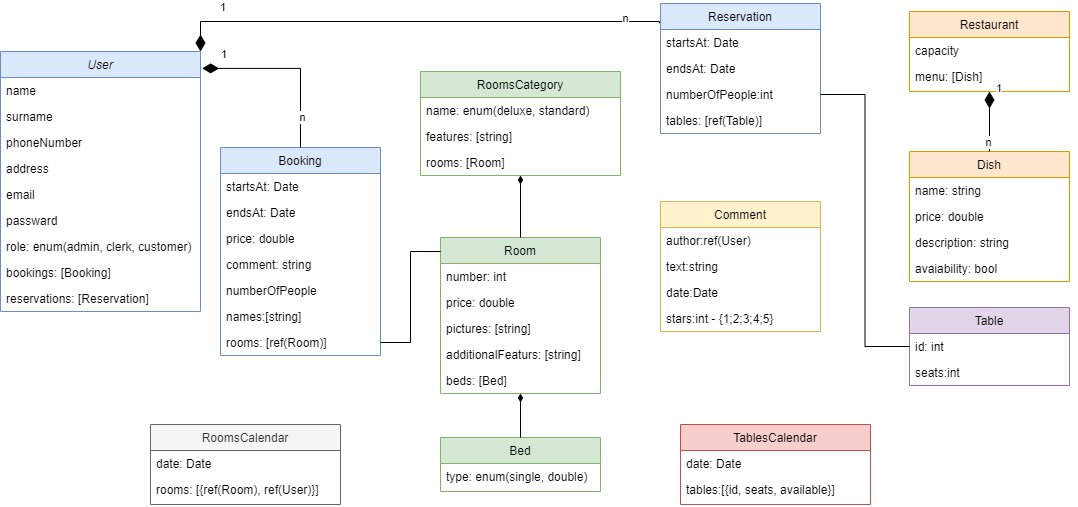
This is group-project-hotel.drawio.png from Jeremiaszmacura/group-project-hotel-backend, a draw.io export, as it was before one commit. Source tidied: cells renumbered, new cells last; positions are measured from the earlier drawing's top-left corner, leaving out a move shared by most shapes.
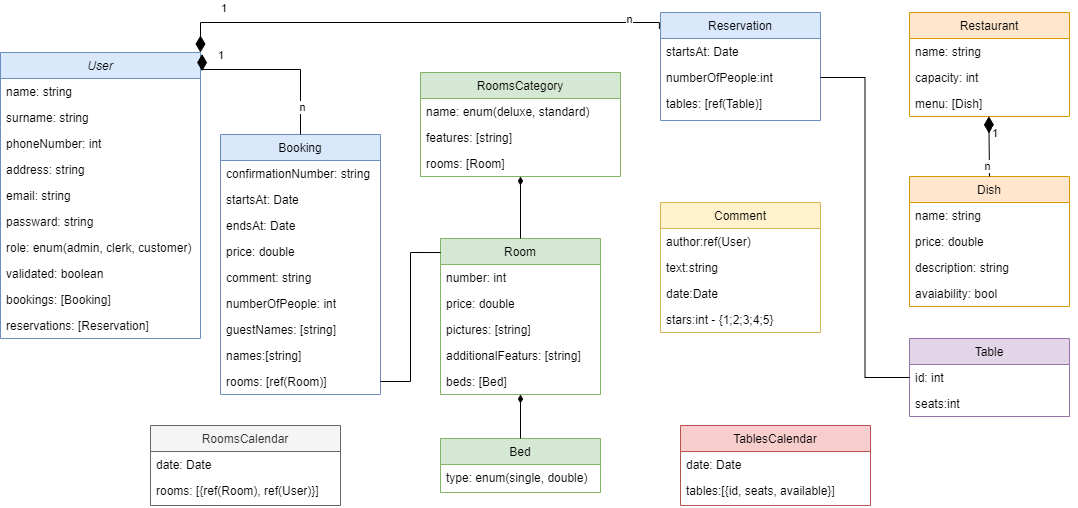
Above is the later version.

Diff of the diagram source:
```diff
@@ -3,43 +3,49 @@
     <mxCell id="0" />
     <mxCell id="1" parent="0" />
     <mxCell id="2" value="User" style="swimlane;fontStyle=2;align=center;verticalAlign=top;horizontal=1;startSize=26;rounded=0;shadow=0;strokeWidth=1;fillColor=#dae8fc;strokeColor=#6c8ebf;" parent="1" vertex="1">
-      <mxGeometry y="48" width="200" height="260" as="geometry" />
+      <mxGeometry y="48" width="200" height="286" as="geometry" />
     </mxCell>
-    <mxCell id="3" value="name" style="text;align=left;verticalAlign=top;spacingLeft=4;spacingRight=4;overflow=hidden;" parent="2" vertex="1">
+    <mxCell id="3" value="name: string" style="text;align=left;verticalAlign=top;spacingLeft=4;spacingRight=4;overflow=hidden;" parent="2" vertex="1">
       <mxGeometry y="26" width="200" height="26" as="geometry" />
     </mxCell>
-    <mxCell id="4" value="surname" style="text;align=left;verticalAlign=top;spacingLeft=4;spacingRight=4;overflow=hidden;" parent="2" vertex="1">
+    <mxCell id="4" value="surname: string" style="text;align=left;verticalAlign=top;spacingLeft=4;spacingRight=4;overflow=hidden;" parent="2" vertex="1">
       <mxGeometry y="52" width="200" height="26" as="geometry" />
     </mxCell>
-    <mxCell id="5" value="phoneNumber" style="text;align=left;verticalAlign=top;spacingLeft=4;spacingRight=4;overflow=hidden;rounded=0;shadow=0;html=0;" parent="2" vertex="1">
+    <mxCell id="5" value="phoneNumber: int" style="text;align=left;verticalAlign=top;spacingLeft=4;spacingRight=4;overflow=hidden;rounded=0;shadow=0;html=0;" parent="2" vertex="1">
       <mxGeometry y="78" width="200" height="26" as="geometry" />
     </mxCell>
-    <mxCell id="6" value="address" style="text;align=left;verticalAlign=top;spacingLeft=4;spacingRight=4;overflow=hidden;rounded=0;shadow=0;html=0;" parent="2" vertex="1">
+    <mxCell id="6" value="address: string" style="text;align=left;verticalAlign=top;spacingLeft=4;spacingRight=4;overflow=hidden;rounded=0;shadow=0;html=0;" parent="2" vertex="1">
       <mxGeometry y="104" width="200" height="26" as="geometry" />
     </mxCell>
-    <mxCell id="7" value="email" style="text;align=left;verticalAlign=top;spacingLeft=4;spacingRight=4;overflow=hidden;rounded=0;shadow=0;html=0;" parent="2" vertex="1">
+    <mxCell id="7" value="email: string" style="text;align=left;verticalAlign=top;spacingLeft=4;spacingRight=4;overflow=hidden;rounded=0;shadow=0;html=0;" parent="2" vertex="1">
       <mxGeometry y="130" width="200" height="26" as="geometry" />
     </mxCell>
-    <mxCell id="8" value="passward" style="text;align=left;verticalAlign=top;spacingLeft=4;spacingRight=4;overflow=hidden;rounded=0;shadow=0;html=0;" parent="2" vertex="1">
+    <mxCell id="8" value="passward: string" style="text;align=left;verticalAlign=top;spacingLeft=4;spacingRight=4;overflow=hidden;rounded=0;shadow=0;html=0;" parent="2" vertex="1">
       <mxGeometry y="156" width="200" height="26" as="geometry" />
     </mxCell>
     <mxCell id="9" value="role: enum(admin, clerk, customer)" style="text;align=left;verticalAlign=top;spacingLeft=4;spacingRight=4;overflow=hidden;rounded=0;shadow=0;html=0;" parent="2" vertex="1">
       <mxGeometry y="182" width="200" height="26" as="geometry" />
     </mxCell>
+    <mxCell id="71" value="validated: boolean" style="text;align=left;verticalAlign=top;spacingLeft=4;spacingRight=4;overflow=hidden;rounded=0;shadow=0;html=0;" parent="2" vertex="1">
+      <mxGeometry y="208" width="200" height="26" as="geometry" />
+    </mxCell>
     <mxCell id="10" value="bookings: [Booking]" style="text;align=left;verticalAlign=top;spacingLeft=4;spacingRight=4;overflow=hidden;rounded=0;shadow=0;html=0;" parent="2" vertex="1">
-      <mxGeometry y="208" width="200" height="26" as="geometry" />
+      <mxGeometry y="234" width="200" height="26" as="geometry" />
     </mxCell>
     <mxCell id="11" value="reservations: [Reservation]" style="text;align=left;verticalAlign=top;spacingLeft=4;spacingRight=4;overflow=hidden;rounded=0;shadow=0;html=0;" parent="2" vertex="1">
-      <mxGeometry y="234" width="200" height="26" as="geometry" />
+      <mxGeometry y="260" width="200" height="26" as="geometry" />
     </mxCell>
     <mxCell id="12" value="Restaurant" style="swimlane;fontStyle=0;align=center;verticalAlign=top;horizontal=1;startSize=26;rounded=0;shadow=0;strokeWidth=1;fillColor=#ffe6cc;strokeColor=#d79b00;" parent="1" vertex="1">
-      <mxGeometry x="909" y="8" width="160" height="80" as="geometry" />
+      <mxGeometry x="909" y="8" width="160" height="104" as="geometry" />
     </mxCell>
+    <mxCell id="72" value="name: string" style="text;align=left;verticalAlign=top;spacingLeft=4;spacingRight=4;overflow=hidden;" parent="12" vertex="1">
+      <mxGeometry y="26" width="160" height="26" as="geometry" />
+    </mxCell>
-    <mxCell id="13" value="capacity" style="text;align=left;verticalAlign=top;spacingLeft=4;spacingRight=4;overflow=hidden;" parent="12" vertex="1">
-      <mxGeometry y="26" width="160" height="26" as="geometry" />
+    <mxCell id="13" value="capacity: int" style="text;align=left;verticalAlign=top;spacingLeft=4;spacingRight=4;overflow=hidden;" parent="12" vertex="1">
+      <mxGeometry y="52" width="160" height="26" as="geometry" />
     </mxCell>
     <mxCell id="14" value="menu: [Dish]" style="text;align=left;verticalAlign=top;spacingLeft=4;spacingRight=4;overflow=hidden;points=[[0,0.5],[1,0.5]];portConstraint=eastwest;" parent="12" vertex="1">
-      <mxGeometry y="52" width="160" height="26" as="geometry" />
+      <mxGeometry y="78" width="160" height="26" as="geometry" />
     </mxCell>
     <mxCell id="15" value="Comment" style="swimlane;fontStyle=0;align=center;verticalAlign=top;horizontal=1;startSize=26;rounded=0;shadow=0;strokeWidth=1;fillColor=#fff2cc;strokeColor=#d6b656;" parent="1" vertex="1">
       <mxGeometry x="660" y="198" width="160" height="130" as="geometry" />
@@ -60,7 +66,7 @@
       <mxGeometry relative="1" as="geometry" />
     </mxCell>
     <mxCell id="21" value="Dish" style="swimlane;fontStyle=0;align=center;verticalAlign=top;horizontal=1;startSize=26;rounded=0;shadow=0;strokeWidth=1;fillColor=#ffe6cc;strokeColor=#d79b00;" parent="1" vertex="1">
-      <mxGeometry x="909" y="148" width="160" height="130" as="geometry" />
+      <mxGeometry x="909" y="172" width="160" height="130" as="geometry" />
     </mxCell>
     <mxCell id="22" value="name: string" style="text;align=left;verticalAlign=top;spacingLeft=4;spacingRight=4;overflow=hidden;" parent="21" vertex="1">
       <mxGeometry y="26" width="160" height="26" as="geometry" />
@@ -102,28 +108,34 @@
       <mxGeometry y="26" width="160" height="26" as="geometry" />
     </mxCell>
     <mxCell id="35" value="Booking" style="swimlane;fontStyle=0;align=center;verticalAlign=top;horizontal=1;startSize=26;rounded=0;shadow=0;strokeWidth=1;fillColor=#dae8fc;strokeColor=#6c8ebf;" parent="1" vertex="1">
-      <mxGeometry x="220" y="144" width="160" height="208" as="geometry" />
+      <mxGeometry x="220" y="130" width="160" height="260" as="geometry" />
     </mxCell>
+    <mxCell id="73" value="confirmationNumber: string" style="text;align=left;verticalAlign=top;spacingLeft=4;spacingRight=4;overflow=hidden;" parent="35" vertex="1">
+      <mxGeometry y="26" width="160" height="26" as="geometry" />
+    </mxCell>
     <mxCell id="36" value="startsAt: Date" style="text;align=left;verticalAlign=top;spacingLeft=4;spacingRight=4;overflow=hidden;" parent="35" vertex="1">
-      <mxGeometry y="26" width="160" height="26" as="geometry" />
+      <mxGeometry y="52" width="160" height="26" as="geometry" />
     </mxCell>
     <mxCell id="37" value="endsAt: Date" style="text;align=left;verticalAlign=top;spacingLeft=4;spacingRight=4;overflow=hidden;" parent="35" vertex="1">
-      <mxGeometry y="52" width="160" height="26" as="geometry" />
+      <mxGeometry y="78" width="160" height="26" as="geometry" />
     </mxCell>
     <mxCell id="38" value="price: double" style="text;align=left;verticalAlign=top;spacingLeft=4;spacingRight=4;overflow=hidden;" parent="35" vertex="1">
-      <mxGeometry y="78" width="160" height="26" as="geometry" />
+      <mxGeometry y="104" width="160" height="26" as="geometry" />
     </mxCell>
     <mxCell id="39" value="comment: string" style="text;align=left;verticalAlign=top;spacingLeft=4;spacingRight=4;overflow=hidden;" parent="35" vertex="1">
-      <mxGeometry y="104" width="160" height="26" as="geometry" />
+      <mxGeometry y="130" width="160" height="26" as="geometry" />
     </mxCell>
-    <mxCell id="40" value="numberOfPeople" style="text;align=left;verticalAlign=top;spacingLeft=4;spacingRight=4;overflow=hidden;" parent="35" vertex="1">
-      <mxGeometry y="130" width="160" height="26" as="geometry" />
+    <mxCell id="40" value="numberOfPeople: int" style="text;align=left;verticalAlign=top;spacingLeft=4;spacingRight=4;overflow=hidden;" parent="35" vertex="1">
+      <mxGeometry y="156" width="160" height="26" as="geometry" />
     </mxCell>
+    <mxCell id="74" value="guestNames: [string]" style="text;align=left;verticalAlign=top;spacingLeft=4;spacingRight=4;overflow=hidden;" parent="35" vertex="1">
+      <mxGeometry y="182" width="160" height="26" as="geometry" />
+    </mxCell>
     <mxCell id="41" value="names:[string]" style="text;align=left;verticalAlign=top;spacingLeft=4;spacingRight=4;overflow=hidden;" parent="35" vertex="1">
-      <mxGeometry y="156" width="160" height="26" as="geometry" />
+      <mxGeometry y="208" width="160" height="26" as="geometry" />
     </mxCell>
     <mxCell id="42" value="rooms: [ref(Room)]" style="text;align=left;verticalAlign=top;spacingLeft=4;spacingRight=4;overflow=hidden;points=[[0,0.5],[1,0.5]];portConstraint=eastwest;" parent="35" vertex="1">
-      <mxGeometry y="182" width="160" height="26" as="geometry" />
+      <mxGeometry y="234" width="160" height="26" as="geometry" />
     </mxCell>
     <mxCell id="43" value="1" style="endArrow=none;html=1;endSize=12;startArrow=diamondThin;startSize=14;startFill=1;edgeStyle=orthogonalEdgeStyle;align=left;verticalAlign=bottom;rounded=0;exitX=1.008;exitY=0.065;exitDx=0;exitDy=0;endFill=0;exitPerimeter=0;entryX=0.5;entryY=0;entryDx=0;entryDy=0;" parent="1" edge="1" source="2" target="35">
       <mxGeometry x="-0.8" y="5" relative="1" as="geometry">
@@ -139,19 +151,16 @@
       <mxGeometry relative="1" as="geometry" />
     </mxCell>
     <mxCell id="46" value="Reservation" style="swimlane;fontStyle=0;align=center;verticalAlign=top;horizontal=1;startSize=26;rounded=0;shadow=0;strokeWidth=1;fillColor=#dae8fc;strokeColor=#6c8ebf;" parent="1" vertex="1">
-      <mxGeometry x="660" width="160" height="130" as="geometry" />
+      <mxGeometry x="660" y="8" width="160" height="108" as="geometry" />
     </mxCell>
     <mxCell id="47" value="startsAt: Date" style="text;align=left;verticalAlign=top;spacingLeft=4;spacingRight=4;overflow=hidden;" parent="46" vertex="1">
       <mxGeometry y="26" width="160" height="26" as="geometry" />
     </mxCell>
-    <mxCell id="48" value="endsAt: Date" style="text;align=left;verticalAlign=top;spacingLeft=4;spacingRight=4;overflow=hidden;" parent="46" vertex="1">
-      <mxGeometry y="52" width="160" height="26" as="geometry" />
-    </mxCell>
     <mxCell id="49" value="numberOfPeople:int" style="text;align=left;verticalAlign=top;spacingLeft=4;spacingRight=4;overflow=hidden;points=[[0,0.5],[1,0.5]];portConstraint=eastwest;" parent="46" vertex="1">
-      <mxGeometry y="78" width="160" height="26" as="geometry" />
+      <mxGeometry y="52" width="160" height="26" as="geometry" />
     </mxCell>
     <mxCell id="50" value="tables: [ref(Table)]" style="text;align=left;verticalAlign=top;spacingLeft=4;spacingRight=4;overflow=hidden;" parent="46" vertex="1">
-      <mxGeometry y="104" width="160" height="26" as="geometry" />
+      <mxGeometry y="78" width="160" height="26" as="geometry" />
     </mxCell>
     <mxCell id="51" value="RoomsCategory" style="swimlane;fontStyle=0;align=center;verticalAlign=top;horizontal=1;startSize=26;rounded=0;shadow=0;strokeWidth=1;fillColor=#d5e8d4;strokeColor=#82b366;" parent="1" vertex="1">
       <mxGeometry x="420" y="68" width="200" height="104" as="geometry" />
@@ -193,11 +202,10 @@
         <mxPoint y="-6" as="offset" />
       </mxGeometry>
     </mxCell>
-    <mxCell id="62" value="1" style="endArrow=none;html=1;endSize=12;startArrow=diamondThin;startSize=14;startFill=1;edgeStyle=orthogonalEdgeStyle;align=left;verticalAlign=bottom;rounded=0;endFill=0;entryX=0.5;entryY=0;entryDx=0;entryDy=0;exitX=0.5;exitY=1;exitDx=0;exitDy=0;" parent="1" edge="1" source="12" target="21">
-      <mxGeometry x="-0.8" y="5" relative="1" as="geometry">
+    <mxCell id="62" value="1" style="endArrow=none;html=1;endSize=12;startArrow=diamondThin;startSize=14;startFill=1;edgeStyle=orthogonalEdgeStyle;align=left;verticalAlign=bottom;rounded=0;endFill=0;entryX=0.5;entryY=0;entryDx=0;entryDy=0;exitX=0.496;exitY=0.992;exitDx=0;exitDy=0;exitPerimeter=0;" parent="1" edge="1" source="14" target="21">
+      <mxGeometry x="-0.12" y="1" relative="1" as="geometry">
         <Array as="points">
-          <mxPoint x="989" y="98" />
-          <mxPoint x="989" y="98" />
+          <mxPoint x="988" y="118" />
         </Array>
       </mxGeometry>
     </mxCell>
@@ -216,7 +224,7 @@
       <mxGeometry y="52" width="190" height="26" as="geometry" />
     </mxCell>
     <mxCell id="67" value="Table" style="swimlane;fontStyle=0;align=center;verticalAlign=top;horizontal=1;startSize=26;rounded=0;shadow=0;strokeWidth=1;fillColor=#e1d5e7;strokeColor=#9673a6;" parent="1" vertex="1">
-      <mxGeometry x="909" y="304" width="160" height="78" as="geometry" />
+      <mxGeometry x="909" y="334" width="160" height="78" as="geometry" />
     </mxCell>
     <mxCell id="68" value="id: int" style="text;align=left;verticalAlign=top;spacingLeft=4;spacingRight=4;overflow=hidden;points=[[0,0.5],[1,0.5]];portConstraint=eastwest;" parent="67" vertex="1">
       <mxGeometry y="26" width="160" height="26" as="geometry" />
```
